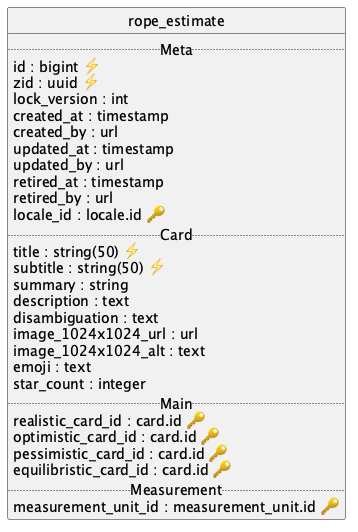
Above: api/rope_estimate/uml/uml.png in contactopensource/contactopensource (PlantUML), before the change.
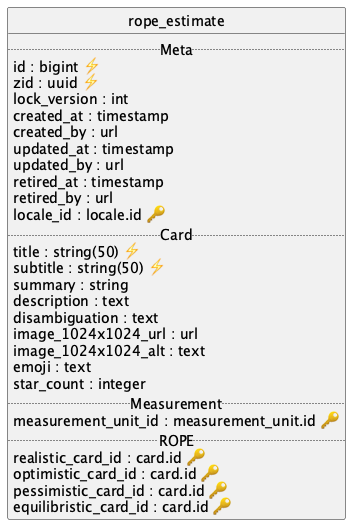
Above is the later version.

The edit, as a diff of the source:
```diff
@@ -25,13 +25,13 @@
   image_1024x1024_alt : text
   emoji : text
   star_count : integer
-  .. Main ..
+  .. Measurement ..
+  measurement_unit_id : measurement_unit.id 🔑
+  .. ROPE ..
   realistic_card_id : card.id 🔑
   optimistic_card_id : card.id 🔑
   pessimistic_card_id : card.id 🔑
   equilibristic_card_id : card.id 🔑
-  .. Measurement ..
-  measurement_unit_id : measurement_unit.id 🔑
 }
 
 @enduml
```
